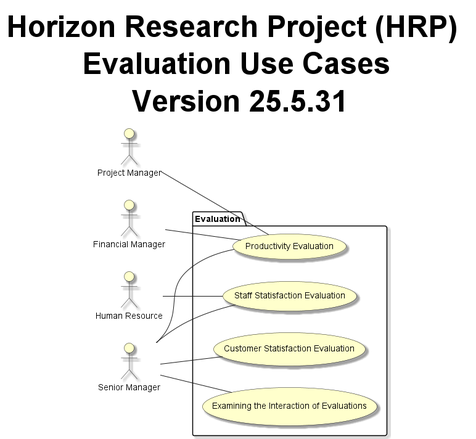
Earlier version of the PlantUML export 3-HorizonModeling/HorizonUml/out/UseCase/Use Case/Packages/EvaluationUseCaseDiagram.png (mahyaresteki/Horizon). Source of this version:
```plantuml
@startuml
left to right direction

skinparam useCaseBackgroundColor #Business
skinparam actorBackgroundColor #Business
skinparam Shadowing True
skinparam TitleFontSize 48px

title Horizon Research Project (HRP) \n Evaluation Use Cases \n Version 25.5.31

:Project Manager: as PMO
:Financial Manager: as Fmanager
:Human Resource: as HR
:Senior Manager: as SeniorManager

package "Evaluation"{
    usecase "Productivity Evaluation" as productivityEvaluation
    usecase "Staff Statisfaction Evaluation" as staffStatisfactoinEvaluation
    usecase "Customer Statisfaction Evaluation" as customerStatisfactoinEvaluation
    usecase "Examining the Interaction of Evaluations" as interactionOfEvaluations
}

HR -- staffStatisfactoinEvaluation
PMO -- productivityEvaluation
Fmanager -- productivityEvaluation
SeniorManager -- productivityEvaluation
SeniorManager -- staffStatisfactoinEvaluation
SeniorManager -- customerStatisfactoinEvaluation
SeniorManager -- interactionOfEvaluations

@enduml
```
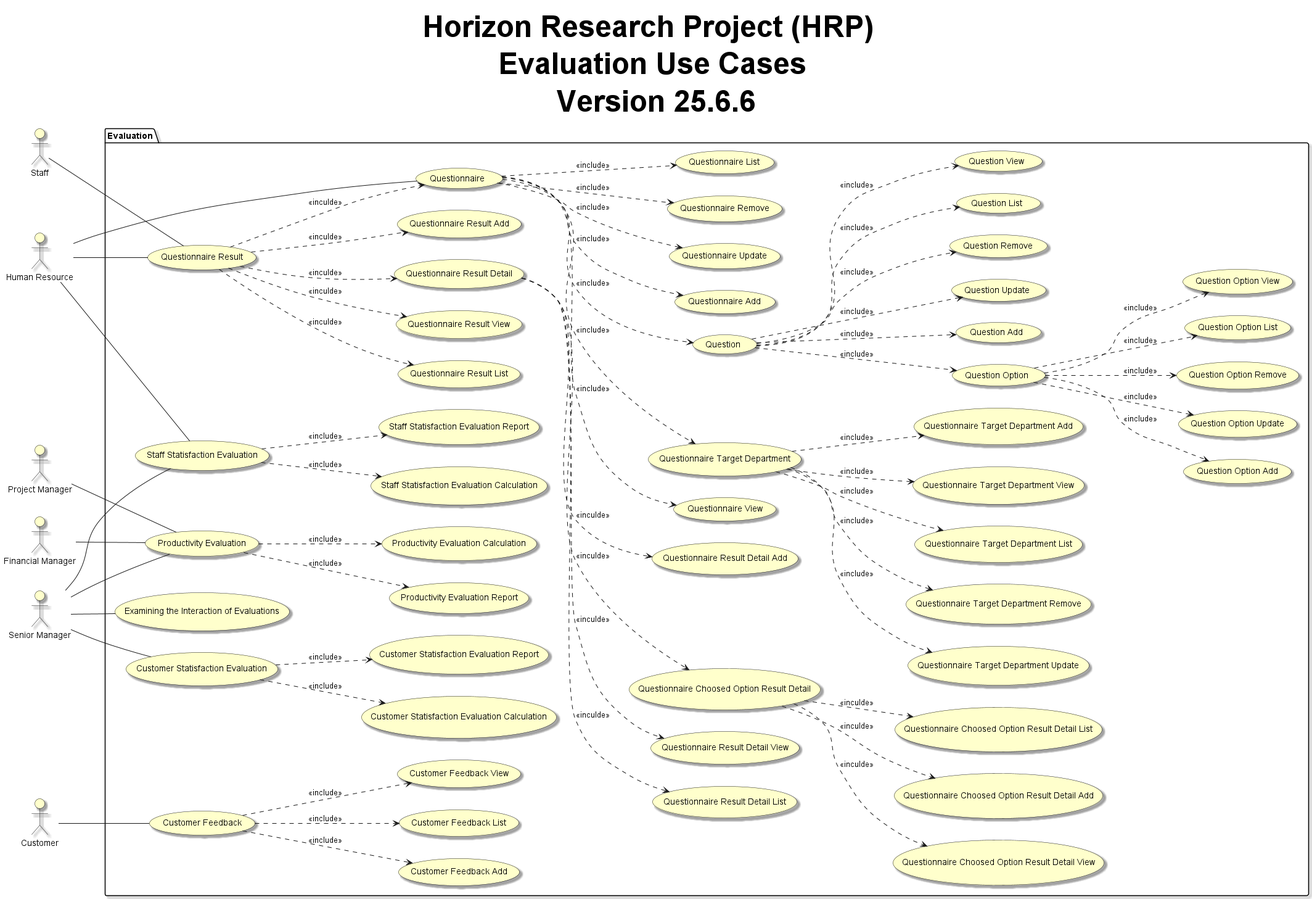
After the commit.

Change to the diagram source:
```diff
@@ -6,20 +6,74 @@
 skinparam Shadowing True
 skinparam TitleFontSize 48px
 
-title Horizon Research Project (HRP) \n Evaluation Use Cases \n Version 25.5.31
+title Horizon Research Project (HRP) \n Evaluation Use Cases \n Version 25.6.6
 
 :Project Manager: as PMO
 :Financial Manager: as Fmanager
 :Human Resource: as HR
 :Senior Manager: as SeniorManager
+:Staff: as Staff
+:Customer: as Customer
 
 package "Evaluation"{
+
+    usecase "Questionnaire" as questionnaire
+    usecase "Questionnaire Add" as questionnaireAdd
+    usecase "Questionnaire Update" as questionnaireUpdate
+    usecase "Questionnaire Remove" as questionnaireRemove
+    usecase "Questionnaire List" as questionnaireList
+    usecase "Questionnaire View" as questionnaireView
+    usecase "Questionnaire Target Department" as questionnaireTargetDepartment
+    usecase "Questionnaire Target Department Add" as questionnaireTargetDepartmentAdd
+    usecase "Questionnaire Target Department Update" as questionnaireTargetDepartmentUpdate
+    usecase "Questionnaire Target Department Remove" as questionnaireTargetDepartmentRemove
+    usecase "Questionnaire Target Department List" as questionnaireTargetDepartmentList
+    usecase "Questionnaire Target Department View" as questionnaireTargetDepartmentView
+    usecase "Question" as question
+    usecase "Question Add" as questionAdd
+    usecase "Question Update" as questionUpdate
+    usecase "Question Remove" as questionRemove
+    usecase "Question List" as questionList
+    usecase "Question View" as questionView
+    usecase "Question Option" as questionOption
+    usecase "Question Option Add" as questionOptionAdd
+    usecase "Question Option Update" as questionOptionUpdate
+    usecase "Question Option Remove" as questionOptionRemove
+    usecase "Question Option List" as questionOptionList
+    usecase "Question Option View" as questionOptionView
+
+    usecase "Questionnaire Result" as questionnaireResult
+    usecase "Questionnaire Result Add" as questionnaireResultAdd
+    usecase "Questionnaire Result List" as questionnaireResultList
+    usecase "Questionnaire Result View" as questionnaireResultView
+    usecase "Questionnaire Result Detail" as questionnaireResultDetail
+    usecase "Questionnaire Result Detail Add" as questionnaireResultDetailAdd
+    usecase "Questionnaire Result Detail List" as questionnaireResultDetailList
+    usecase "Questionnaire Result Detail View" as questionnaireResultDetailView
+    usecase "Questionnaire Choosed Option Result Detail" as questionnaireChoosedOptionResultDetail
+    usecase "Questionnaire Choosed Option Result Detail Add" as questionnaireChoosedOptionResultDetailAdd
+    usecase "Questionnaire Choosed Option Result Detail List" as questionnaireChoosedOptionResultDetailList
+    usecase "Questionnaire Choosed Option Result Detail View" as questionnaireChoosedOptionResultDetailView
+
+    usecase "Customer Feedback" as customerFeedback
+    usecase "Customer Feedback Add" as customerFeedbackAdd
+    usecase "Customer Feedback List" as customerFeedbackList
+    usecase "Customer Feedback View" as customerFeedbackView
+
     usecase "Productivity Evaluation" as productivityEvaluation
+    usecase "Productivity Evaluation Calculation" as productivityEvaluationCalculation
+    usecase "Productivity Evaluation Report" as productivityEvaluationReport
     usecase "Staff Statisfaction Evaluation" as staffStatisfactoinEvaluation
+    usecase "Staff Statisfaction Evaluation Calculation" as staffStatisfactoinEvaluationCalculation
+    usecase "Staff Statisfaction Evaluation Report" as staffStatisfactoinEvaluationReport
     usecase "Customer Statisfaction Evaluation" as customerStatisfactoinEvaluation
+    usecase "Customer Statisfaction Evaluation Calculation" as customerStatisfactoinEvaluationCalculation
+    usecase "Customer Statisfaction Evaluation Report" as customerStatisfactoinEvaluationReport
     usecase "Examining the Interaction of Evaluations" as interactionOfEvaluations
 }
-
+HR -- questionnaire
+HR -- questionnaireResult
+Staff -- questionnaireResult
 HR -- staffStatisfactoinEvaluation
 PMO -- productivityEvaluation
 Fmanager -- productivityEvaluation
@@ -27,5 +81,55 @@
 SeniorManager -- staffStatisfactoinEvaluation
 SeniorManager -- customerStatisfactoinEvaluation
 SeniorManager -- interactionOfEvaluations
+Customer -- customerFeedback
+
+questionnaire ..> questionnaireAdd  : <<include>>
+questionnaire ..> questionnaireUpdate : <<include>>
+questionnaire ..> questionnaireRemove : <<include>>
+questionnaire ..> questionnaireList : <<include>>
+questionnaire ..> questionnaireView : <<include>>
+questionnaire ..> questionnaireTargetDepartment : <<include>>
+questionnaireTargetDepartment ..> questionnaireTargetDepartmentAdd : <<include>>
+questionnaireTargetDepartment ..> questionnaireTargetDepartmentUpdate : <<include>>
+questionnaireTargetDepartment ..> questionnaireTargetDepartmentRemove : <<include>>
+questionnaireTargetDepartment ..> questionnaireTargetDepartmentList : <<include>>
+questionnaireTargetDepartment ..> questionnaireTargetDepartmentView : <<include>>
+questionnaire ..> question : <<include>>
+question ..> questionAdd : <<include>>
+question ..> questionUpdate : <<include>>
+question ..> questionRemove : <<include>>
+question ..> questionList : <<include>>
+question ..> questionView : <<include>>
+question ..> questionOption : <<include>>
+questionOption ..> questionOptionAdd : <<include>>
+questionOption ..> questionOptionUpdate : <<include>>
+questionOption ..> questionOptionRemove : <<include>>
+questionOption ..> questionOptionList : <<include>>
+questionOption ..> questionOptionView : <<include>>
+
+questionnaireResult ..> questionnaire : <<inculde>>
+questionnaireResult ..> questionnaireResultAdd : <<inculde>>
+questionnaireResult ..> questionnaireResultList : <<inculde>>
+questionnaireResult ..> questionnaireResultView : <<inculde>>
+questionnaireResult ..> questionnaireResultDetail : <<inculde>>
+questionnaireResultDetail ..> questionnaireResultDetailAdd : <<inculde>>
+questionnaireResultDetail ..> questionnaireResultDetailList : <<inculde>>
+questionnaireResultDetail ..> questionnaireResultDetailView : <<inculde>>
+questionnaireResultDetail ..> questionnaireChoosedOptionResultDetail : <<inculde>>
+questionnaireChoosedOptionResultDetail ..> questionnaireChoosedOptionResultDetailAdd : <<inculde>>
+questionnaireChoosedOptionResultDetail ..> questionnaireChoosedOptionResultDetailList : <<inculde>>
+questionnaireChoosedOptionResultDetail ..> questionnaireChoosedOptionResultDetailView : <<inculde>>
+
+customerFeedback ..> customerFeedbackAdd : <<include>>
+customerFeedback ..> customerFeedbackList : <<include>>
+customerFeedback ..> customerFeedbackView : <<include>>
+
+productivityEvaluation ..> productivityEvaluationCalculation : <<include>>
+productivityEvaluation ..> productivityEvaluationReport : <<include>>
+staffStatisfactoinEvaluation ..> staffStatisfactoinEvaluationCalculation : <<include>>
+staffStatisfactoinEvaluation ..> staffStatisfactoinEvaluationReport : <<include>>
+customerStatisfactoinEvaluation ..> customerStatisfactoinEvaluationCalculation : <<include>>
+customerStatisfactoinEvaluation ..> customerStatisfactoinEvaluationReport : <<include>>
+
 
 @enduml
```
